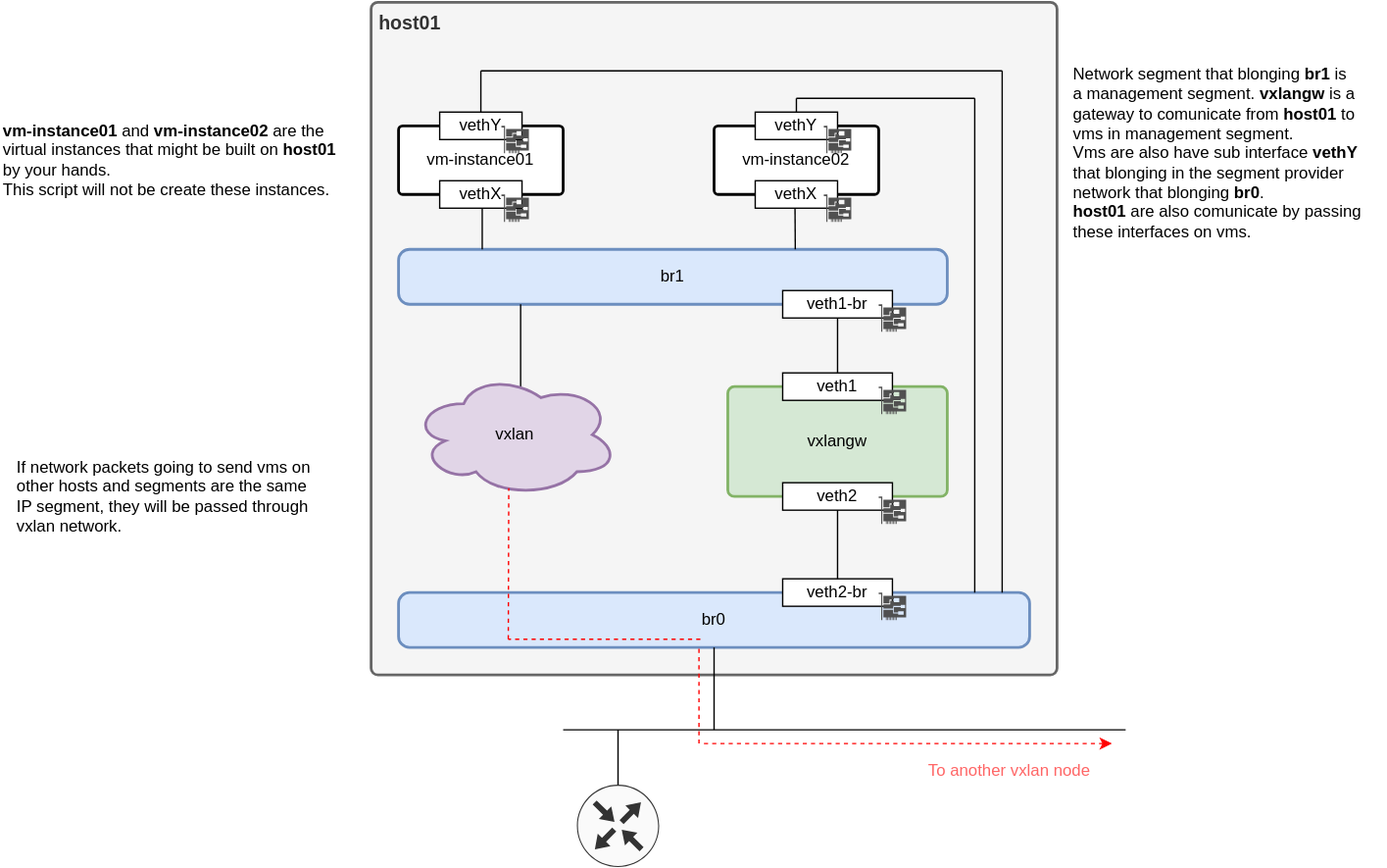
Before: diagram/DiagramDrawIO.drawio.svg, a diagram exported from draw.io (tsuna-server/vxlan-builder). Source tidied: cells renumbered, new cells last; positions are measured from the earlier drawing's top-left corner, leaving out a move shared by most shapes.
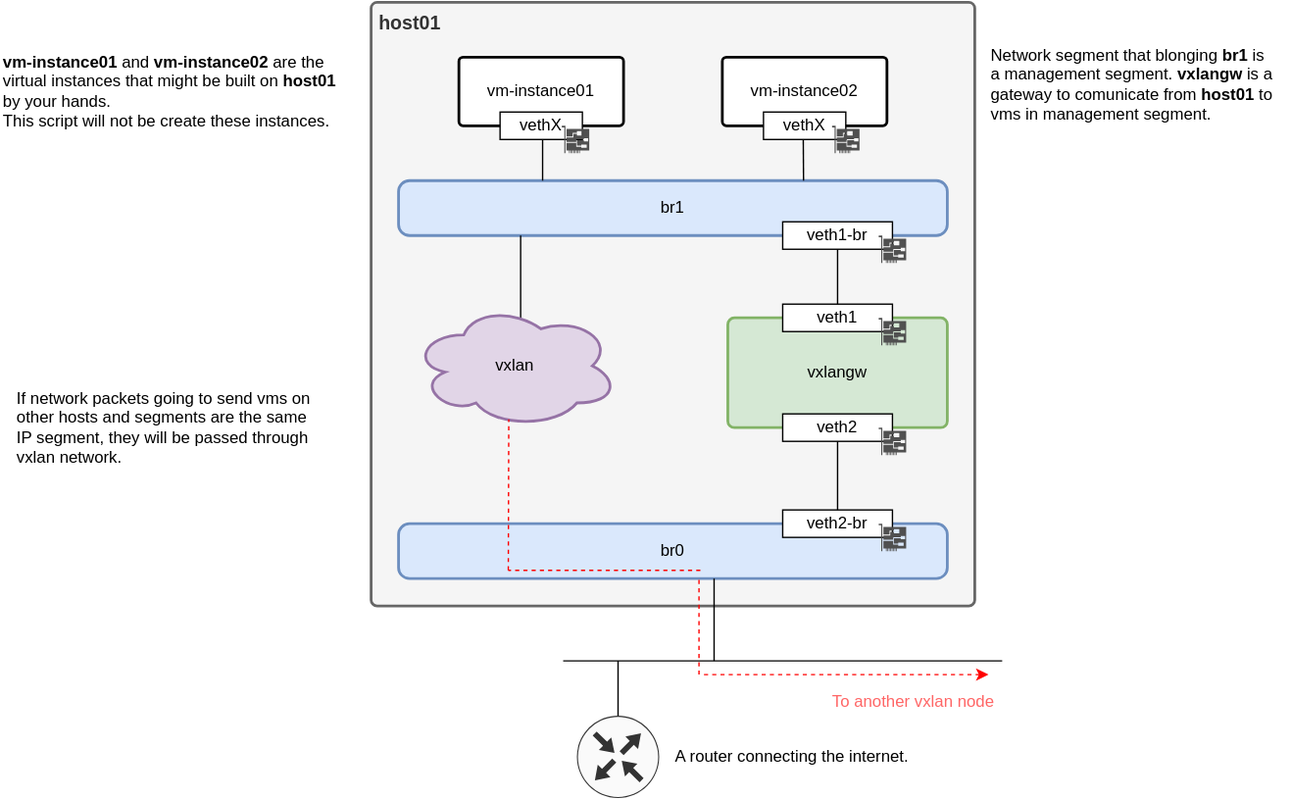
The same diagram one commit later.

The edit, as a diff of the source:
```diff
@@ -3,7 +3,7 @@
     <mxCell id="0" />
     <mxCell id="1" parent="0" />
     <mxCell id="2" value="&lt;font style=&quot;font-size: 14px&quot;&gt;&amp;nbsp;&lt;b&gt;host01&lt;/b&gt;&lt;/font&gt;" style="rounded=1;whiteSpace=wrap;html=1;strokeWidth=2;arcSize=1;fillColor=#f5f5f5;strokeColor=#666666;fontColor=#333333;align=left;verticalAlign=top;" parent="1" vertex="1">
-      <mxGeometry x="270" width="500" height="490" as="geometry" />
+      <mxGeometry x="270" y="50" width="440" height="440" as="geometry" />
     </mxCell>
     <mxCell id="3" value="vxlangw" style="rounded=1;whiteSpace=wrap;html=1;strokeWidth=2;arcSize=6;fillColor=#d5e8d4;strokeColor=#82b366;" parent="1" vertex="1">
       <mxGeometry x="530" y="280" width="160" height="80" as="geometry" />
@@ -18,16 +18,13 @@
       <mxGeometry y="85" width="260" height="60" as="geometry" />
     </mxCell>
     <mxCell id="7" value="vm-instance02" style="rounded=1;whiteSpace=wrap;html=1;strokeWidth=2;arcSize=6;" parent="1" vertex="1">
-      <mxGeometry x="520" y="90" width="120" height="50" as="geometry" />
+      <mxGeometry x="526" y="90" width="120" height="50" as="geometry" />
     </mxCell>
     <mxCell id="8" value="vethX" style="rounded=0;whiteSpace=wrap;html=1;strokeWidth=1;" parent="1" vertex="1">
-      <mxGeometry x="550" y="130" width="60" height="20" as="geometry" />
+      <mxGeometry x="556" y="130" width="60" height="20" as="geometry" />
     </mxCell>
-    <mxCell id="9" value="vethY" style="rounded=0;whiteSpace=wrap;html=1;strokeWidth=1;" parent="1" vertex="1">
-      <mxGeometry x="550" y="80" width="60" height="20" as="geometry" />
-    </mxCell>
     <mxCell id="10" value="br0" style="rounded=1;whiteSpace=wrap;html=1;strokeWidth=2;arcSize=20;fillColor=#dae8fc;strokeColor=#6c8ebf;" parent="1" vertex="1">
-      <mxGeometry x="290" y="430" width="460" height="40" as="geometry" />
+      <mxGeometry x="290" y="430" width="400" height="40" as="geometry" />
     </mxCell>
     <mxCell id="11" value="br1" style="rounded=1;whiteSpace=wrap;html=1;strokeWidth=2;arcSize=20;fillColor=#dae8fc;strokeColor=#6c8ebf;" parent="1" vertex="1">
       <mxGeometry x="290" y="180" width="400" height="40" as="geometry" />
@@ -72,62 +69,23 @@
       <mxGeometry x="300" y="270" width="150" height="90" as="geometry" />
     </mxCell>
     <mxCell id="23" value="vm-instance01" style="rounded=1;whiteSpace=wrap;html=1;strokeWidth=2;arcSize=6;" parent="1" vertex="1">
-      <mxGeometry x="290" y="90" width="120" height="50" as="geometry" />
+      <mxGeometry x="334" y="90" width="120" height="50" as="geometry" />
     </mxCell>
-    <mxCell id="24" value="vethY" style="rounded=0;whiteSpace=wrap;html=1;strokeWidth=1;" parent="1" vertex="1">
-      <mxGeometry x="320" y="80" width="60" height="20" as="geometry" />
-    </mxCell>
     <mxCell id="25" value="vethX" style="rounded=0;whiteSpace=wrap;html=1;strokeWidth=1;" parent="1" vertex="1">
-      <mxGeometry x="320" y="130" width="60" height="20" as="geometry" />
+      <mxGeometry x="364" y="130" width="60" height="20" as="geometry" />
     </mxCell>
     <mxCell id="26" style="endArrow=none;html=1;entryX=0.5;entryY=1;entryDx=0;entryDy=0;exitX=0.138;exitY=0;exitDx=0;exitDy=0;exitPerimeter=0;" parent="1" edge="1">
       <mxGeometry relative="1" as="geometry">
-        <mxPoint x="579.2" y="180" as="sourcePoint" />
-        <mxPoint x="579" y="150" as="targetPoint" />
+        <mxPoint x="585.2" y="180" as="sourcePoint" />
+        <mxPoint x="585" y="150" as="targetPoint" />
       </mxGeometry>
     </mxCell>
-    <mxCell id="27" style="endArrow=none;html=1;" parent="1" edge="1">
-      <mxGeometry relative="1" as="geometry">
-        <mxPoint x="580" y="80" as="sourcePoint" />
-        <mxPoint x="580" y="70" as="targetPoint" />
-      </mxGeometry>
-    </mxCell>
-    <mxCell id="28" style="endArrow=none;html=1;" parent="1" edge="1">
-      <mxGeometry relative="1" as="geometry">
-        <mxPoint x="710" y="70" as="sourcePoint" />
-        <mxPoint x="580" y="70" as="targetPoint" />
-      </mxGeometry>
-    </mxCell>
     <mxCell id="29" style="endArrow=none;html=1;" parent="1" edge="1">
       <mxGeometry relative="1" as="geometry">
-        <mxPoint x="351" y="180" as="sourcePoint" />
-        <mxPoint x="351" y="150" as="targetPoint" />
+        <mxPoint x="395" y="180" as="sourcePoint" />
+        <mxPoint x="395" y="150" as="targetPoint" />
       </mxGeometry>
     </mxCell>
-    <mxCell id="30" style="endArrow=none;html=1;" parent="1" edge="1">
-      <mxGeometry relative="1" as="geometry">
-        <mxPoint x="350" y="80" as="sourcePoint" />
-        <mxPoint x="350" y="50" as="targetPoint" />
-      </mxGeometry>
-    </mxCell>
-    <mxCell id="31" style="endArrow=none;html=1;" parent="1" edge="1">
-      <mxGeometry relative="1" as="geometry">
-        <mxPoint x="730" y="50" as="sourcePoint" />
-        <mxPoint x="350" y="50" as="targetPoint" />
-      </mxGeometry>
-    </mxCell>
-    <mxCell id="32" style="endArrow=none;html=1;" parent="1" edge="1">
-      <mxGeometry relative="1" as="geometry">
-        <mxPoint x="710" y="430" as="sourcePoint" />
-        <mxPoint x="710" y="70" as="targetPoint" />
-      </mxGeometry>
-    </mxCell>
-    <mxCell id="33" style="endArrow=none;html=1;" parent="1" edge="1">
-      <mxGeometry relative="1" as="geometry">
-        <mxPoint x="730" y="430" as="sourcePoint" />
-        <mxPoint x="730" y="50" as="targetPoint" />
-      </mxGeometry>
-    </mxCell>
     <mxCell id="34" style="endArrow=none;html=1;" parent="1" edge="1">
       <mxGeometry relative="1" as="geometry">
         <mxPoint x="520" y="530" as="sourcePoint" />
@@ -136,7 +94,7 @@
     </mxCell>
     <mxCell id="35" style="endArrow=none;html=1;" parent="1" edge="1">
       <mxGeometry relative="1" as="geometry">
-        <mxPoint x="820" y="530" as="sourcePoint" />
+        <mxPoint x="730" y="530" as="sourcePoint" />
         <mxPoint x="410" y="530" as="targetPoint" />
       </mxGeometry>
     </mxCell>
@@ -166,30 +124,27 @@
     </mxCell>
     <mxCell id="40" style="endArrow=none;html=1;dashed=1;strokeColor=#FF0000;startArrow=classic;startFill=1;" parent="1" edge="1">
       <mxGeometry relative="1" as="geometry">
-        <mxPoint x="810" y="540" as="sourcePoint" />
+        <mxPoint x="720" y="540" as="sourcePoint" />
         <mxPoint x="510" y="540" as="targetPoint" />
       </mxGeometry>
     </mxCell>
     <mxCell id="41" value="&lt;font color=&quot;#ff6666&quot;&gt;To another vxlan node&lt;/font&gt;" style="text;html=1;align=center;verticalAlign=middle;strokeColor=none;fillColor=none;" parent="1" vertex="1">
-      <mxGeometry x="670" y="550" width="130" height="20" as="geometry" />
+      <mxGeometry x="600" y="550" width="130" height="20" as="geometry" />
     </mxCell>
     <mxCell id="42" value="If network packets going to send vms on&lt;br&gt;other hosts and segments are the same&lt;br&gt;IP segment, they will be passed through&lt;br&gt;vxlan network." style="text;html=1;align=left;verticalAlign=middle;strokeColor=none;fillColor=none;" parent="1" vertex="1">
       <mxGeometry x="10" y="330" width="230" height="60" as="geometry" />
     </mxCell>
     <mxCell id="43" style="sketch=0;shadow=0;dashed=0;html=1;strokeColor=none;fillColor=#505050;labelPosition=center;verticalLabelPosition=bottom;verticalAlign=top;align=center;shape=mxgraph.office.devices.nic;" parent="1" vertex="1">
-      <mxGeometry x="600" y="140" width="20" height="20" as="geometry" />
+      <mxGeometry x="606" y="140" width="20" height="20" as="geometry" />
     </mxCell>
-    <mxCell id="44" style="sketch=0;shadow=0;dashed=0;html=1;strokeColor=none;fillColor=#505050;labelPosition=center;verticalLabelPosition=bottom;verticalAlign=top;align=center;shape=mxgraph.office.devices.nic;" parent="1" vertex="1">
-      <mxGeometry x="600" y="90" width="20" height="20" as="geometry" />
-    </mxCell>
-    <mxCell id="45" style="sketch=0;shadow=0;dashed=0;html=1;strokeColor=none;fillColor=#505050;labelPosition=center;verticalLabelPosition=bottom;verticalAlign=top;align=center;shape=mxgraph.office.devices.nic;" parent="1" vertex="1">
-      <mxGeometry x="365" y="90" width="20" height="20" as="geometry" />
-    </mxCell>
     <mxCell id="46" style="sketch=0;shadow=0;dashed=0;html=1;strokeColor=none;fillColor=#505050;labelPosition=center;verticalLabelPosition=bottom;verticalAlign=top;align=center;shape=mxgraph.office.devices.nic;" parent="1" vertex="1">
-      <mxGeometry x="365" y="140" width="20" height="20" as="geometry" />
+      <mxGeometry x="409" y="140" width="20" height="20" as="geometry" />
     </mxCell>
-    <mxCell id="47" value="Network segment that blonging &lt;b&gt;br1&lt;/b&gt; is&lt;br&gt;a management segment.&amp;nbsp;&lt;b&gt;vxlangw&lt;/b&gt; is a&lt;br&gt;gateway to comunicate from &lt;b&gt;host01&lt;/b&gt; to&lt;br&gt;vms in management segment.&lt;br&gt;Vms are also have sub interface &lt;b&gt;vethY&lt;br&gt;&lt;/b&gt;that blonging in the segment provider&lt;br&gt;network that blonging &lt;b&gt;br0&lt;/b&gt;.&lt;br&gt;&lt;b&gt;host01&lt;/b&gt; are also comunicate by passing&lt;br&gt;these interfaces on vms." style="text;html=1;align=left;verticalAlign=middle;strokeColor=none;fillColor=none;" parent="1" vertex="1">
-      <mxGeometry x="780" y="45" width="230" height="130" as="geometry" />
+    <mxCell id="47" value="Network segment that blonging &lt;b&gt;br1&lt;/b&gt; is&lt;br&gt;a management segment.&amp;nbsp;&lt;b&gt;vxlangw&lt;/b&gt; is a&lt;br&gt;gateway to comunicate from &lt;b&gt;host01&lt;/b&gt; to&lt;br&gt;vms in management segment." style="text;html=1;align=left;verticalAlign=middle;strokeColor=none;fillColor=none;" parent="1" vertex="1">
+      <mxGeometry x="720" y="80" width="220" height="60" as="geometry" />
     </mxCell>
+    <mxCell id="48" value="A router connecting the internet." style="text;html=1;align=left;verticalAlign=middle;strokeColor=none;fillColor=none;" parent="1" vertex="1">
+      <mxGeometry x="490" y="590" width="190" height="20" as="geometry" />
+    </mxCell>
   </root>
 </mxGraphModel>
```
